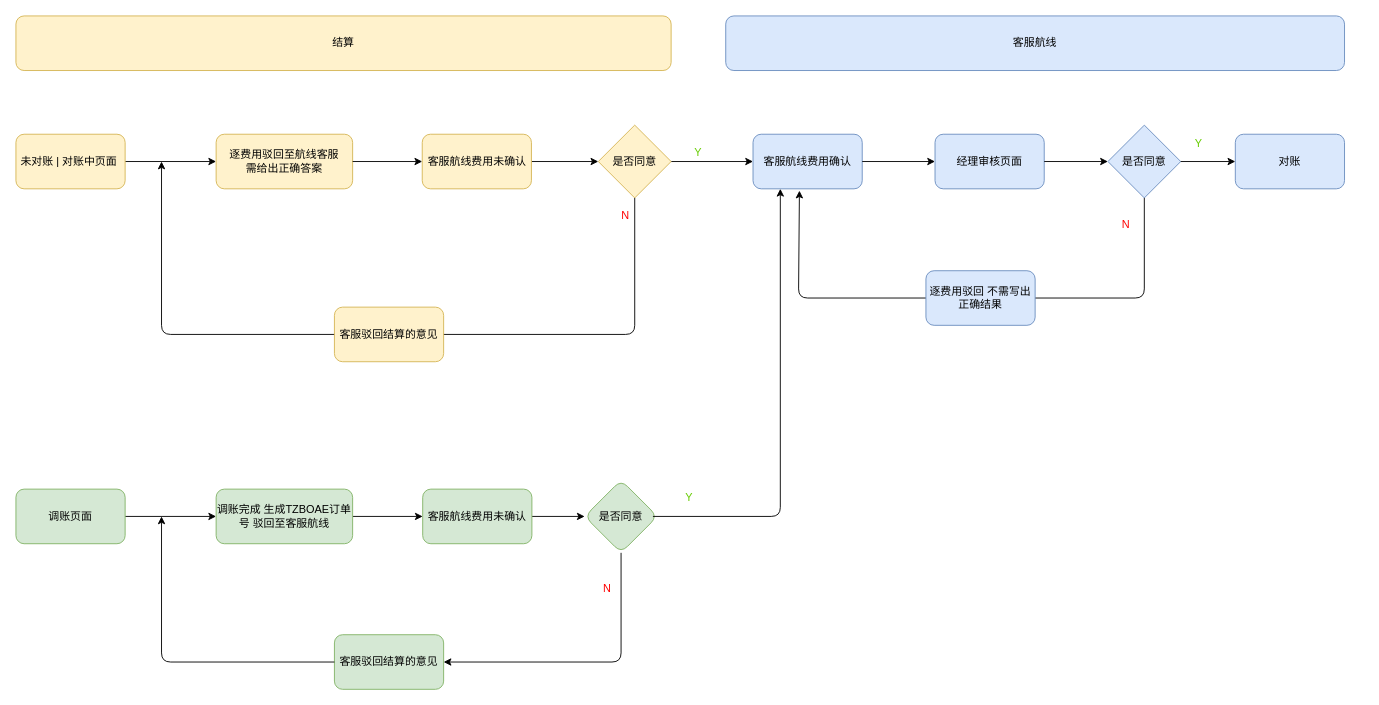
Before: 新版流程图.drawio in DiggingSteve/Flow, a draw.io diagram. Source tidied: cells renumbered, new cells numbered last; positions are measured from the earlier drawing's top-left corner, leaving out a move shared by most shapes. Both pictures are drawn from the tidied source at 91%, with x=0, y=0 at pixel (15, 15).
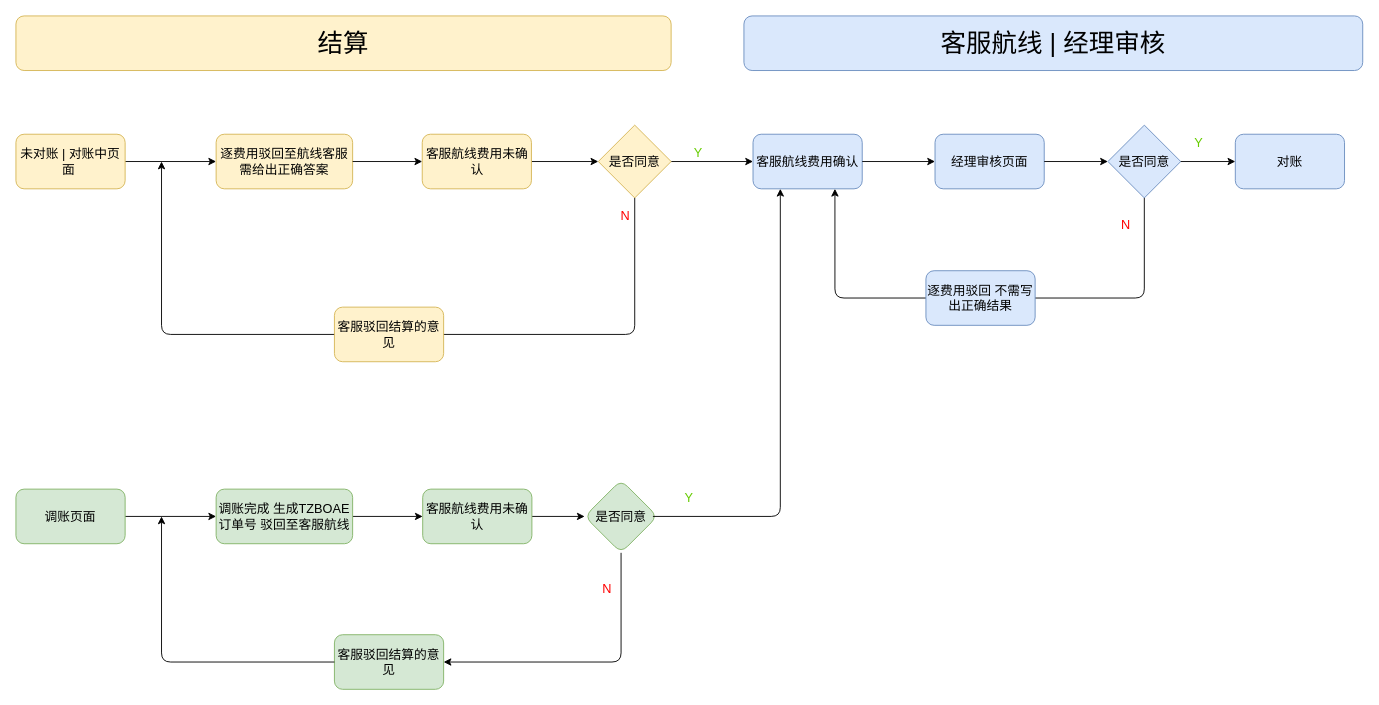
The same page after the edit.

Commit message:
更新新版流程图.drawio

Change to the diagram source:
```diff
@@
-    <mxCell id="2" value="客服航线" style="rounded=1;whiteSpace=wrap;html=1;fillColor=#dae8fc;strokeColor=#6c8ebf;" parent="1" vertex="1">
-      <mxGeometry x="780" width="680" height="60" as="geometry" />
+    <mxCell id="2" value="&lt;font style=&quot;font-size: 28px&quot;&gt;客服航线 | 经理审核&lt;/font&gt;" style="rounded=1;whiteSpace=wrap;html=1;fillColor=#dae8fc;strokeColor=#6c8ebf;fontSize=14;" parent="1" vertex="1">
+      <mxGeometry x="800" width="680" height="60" as="geometry" />
     </mxCell>
-    <mxCell id="3" value="经理审核页面" style="rounded=1;whiteSpace=wrap;html=1;fillColor=#dae8fc;strokeColor=#6c8ebf;" parent="1" vertex="1">
+    <mxCell id="3" value="经理审核页面" style="rounded=1;whiteSpace=wrap;html=1;fillColor=#dae8fc;strokeColor=#6c8ebf;fontSize=14;" parent="1" vertex="1">
       <mxGeometry x="1010" y="130" width="120" height="60" as="geometry" />
     </mxCell>
-    <mxCell id="4" value="对账" style="rounded=1;whiteSpace=wrap;html=1;fillColor=#dae8fc;strokeColor=#6c8ebf;" parent="1" vertex="1">
+    <mxCell id="4" value="对账" style="rounded=1;whiteSpace=wrap;html=1;fillColor=#dae8fc;strokeColor=#6c8ebf;fontSize=14;" parent="1" vertex="1">
       <mxGeometry x="1340" y="130" width="120" height="60" as="geometry" />
     </mxCell>
-    <mxCell id="5" value="是否同意" style="rhombus;whiteSpace=wrap;html=1;fillColor=#dae8fc;strokeColor=#6c8ebf;" parent="1" vertex="1">
+    <mxCell id="5" value="是否同意" style="rhombus;whiteSpace=wrap;html=1;fillColor=#dae8fc;strokeColor=#6c8ebf;fontSize=14;" parent="1" vertex="1">
       <mxGeometry x="1200" y="120" width="80" height="80" as="geometry" />
     </mxCell>
-    <mxCell id="6" value="客服航线费用确认" style="rounded=1;whiteSpace=wrap;html=1;fillColor=#dae8fc;strokeColor=#6c8ebf;" parent="1" vertex="1">
+    <mxCell id="6" value="客服航线费用确认" style="rounded=1;whiteSpace=wrap;html=1;fillColor=#dae8fc;strokeColor=#6c8ebf;fontSize=14;" parent="1" vertex="1">
       <mxGeometry x="810" y="130" width="120" height="60" as="geometry" />
     </mxCell>
-    <mxCell id="7" style="endArrow=classic;html=1;entryX=0;entryY=0.5;entryDx=0;entryDy=0;exitX=1;exitY=0.5;exitDx=0;exitDy=0;" parent="1" edge="1" source="6" target="3">
+    <mxCell id="7" style="endArrow=classic;html=1;entryX=0;entryY=0.5;entryDx=0;entryDy=0;exitX=1;exitY=0.5;exitDx=0;exitDy=0;fontSize=14;" parent="1" edge="1" source="6" target="3">
       <mxGeometry relative="1" as="geometry" />
     </mxCell>
-    <mxCell id="8" style="endArrow=classic;html=1;entryX=0;entryY=0.5;entryDx=0;entryDy=0;" parent="1" edge="1" target="5">
+    <mxCell id="8" style="endArrow=classic;html=1;entryX=0;entryY=0.5;entryDx=0;entryDy=0;fontSize=14;" parent="1" edge="1" target="5">
       <mxGeometry relative="1" as="geometry">
         <mxPoint x="1130" y="160" as="sourcePoint" />
       </mxGeometry>
     </mxCell>
-    <mxCell id="9" style="endArrow=classic;html=1;entryX=0;entryY=0.5;entryDx=0;entryDy=0;" parent="1" edge="1" target="4">
+    <mxCell id="9" style="endArrow=classic;html=1;entryX=0;entryY=0.5;entryDx=0;entryDy=0;fontSize=14;" parent="1" edge="1" target="4">
       <mxGeometry relative="1" as="geometry">
         <mxPoint x="1280" y="160" as="sourcePoint" />
       </mxGeometry>
     </mxCell>
-    <mxCell id="10" value="&lt;font color=&quot;#66cc00&quot;&gt;Y&lt;/font&gt;" style="text;html=1;strokeColor=none;fillColor=none;align=center;verticalAlign=middle;whiteSpace=wrap;rounded=0;" parent="1" vertex="1">
+    <mxCell id="10" value="&lt;font color=&quot;#66cc00&quot; style=&quot;font-size: 14px;&quot;&gt;Y&lt;/font&gt;" style="text;html=1;strokeColor=none;fillColor=none;align=center;verticalAlign=middle;whiteSpace=wrap;rounded=0;fontSize=14;" parent="1" vertex="1">
       <mxGeometry x="1280" y="130" width="40" height="20" as="geometry" />
     </mxCell>
-    <mxCell id="11" style="endArrow=classic;html=1;exitX=0.5;exitY=1;exitDx=0;exitDy=0;entryX=0.425;entryY=1.033;entryDx=0;entryDy=0;entryPerimeter=0;" parent="1" edge="1" source="5" target="6">
+    <mxCell id="11" style="endArrow=classic;html=1;exitX=0.5;exitY=1;exitDx=0;exitDy=0;entryX=0.75;entryY=1;entryDx=0;entryDy=0;fontSize=14;" parent="1" edge="1" source="5" target="6">
       <mxGeometry relative="1" as="geometry">
         <Array as="points">
           <mxPoint x="1240" y="310" />
-          <mxPoint x="860" y="310" />
+          <mxPoint x="900" y="310" />
         </Array>
       </mxGeometry>
     </mxCell>
-    <mxCell id="12" value="&lt;font color=&quot;#ff0000&quot;&gt;N&lt;/font&gt;" style="text;html=1;strokeColor=none;fillColor=none;align=center;verticalAlign=middle;whiteSpace=wrap;rounded=0;" parent="1" vertex="1">
+    <mxCell id="12" value="&lt;font color=&quot;#ff0000&quot; style=&quot;font-size: 14px;&quot;&gt;N&lt;/font&gt;" style="text;html=1;strokeColor=none;fillColor=none;align=center;verticalAlign=middle;whiteSpace=wrap;rounded=0;fontSize=14;" parent="1" vertex="1">
       <mxGeometry x="1200" y="220" width="40" height="20" as="geometry" />
     </mxCell>
-    <mxCell id="13" value="逐费用驳回 不需写出正确结果" style="rounded=1;whiteSpace=wrap;html=1;fillColor=#dae8fc;strokeColor=#6c8ebf;" parent="1" vertex="1">
+    <mxCell id="13" value="逐费用驳回 不需写出正确结果" style="rounded=1;whiteSpace=wrap;html=1;fillColor=#dae8fc;strokeColor=#6c8ebf;fontSize=14;" parent="1" vertex="1">
       <mxGeometry x="1000" y="280" width="120" height="60" as="geometry" />
     </mxCell>
-    <mxCell id="14" value="结算" style="rounded=1;whiteSpace=wrap;html=1;fillColor=#fff2cc;strokeColor=#d6b656;" parent="1" vertex="1">
+    <mxCell id="14" value="&lt;font style=&quot;font-size: 28px&quot;&gt;结算&lt;/font&gt;" style="rounded=1;whiteSpace=wrap;html=1;fillColor=#fff2cc;strokeColor=#d6b656;fontSize=14;" parent="1" vertex="1">
       <mxGeometry width="720" height="60" as="geometry" />
     </mxCell>
-    <mxCell id="15" style="edgeStyle=orthogonalEdgeStyle;rounded=0;jettySize=auto;html=1;" parent="1" edge="1" source="16" target="18">
+    <mxCell id="15" style="edgeStyle=orthogonalEdgeStyle;rounded=0;jettySize=auto;html=1;fontSize=14;" parent="1" edge="1" source="16" target="18">
       <mxGeometry relative="1" as="geometry" />
     </mxCell>
-    <mxCell id="16" value="未对账 | 对账中页面&amp;nbsp;" style="rounded=1;whiteSpace=wrap;html=1;fillColor=#fff2cc;strokeColor=#d6b656;" parent="1" vertex="1">
+    <mxCell id="16" value="未对账 | 对账中页面&amp;nbsp;" style="rounded=1;whiteSpace=wrap;html=1;fillColor=#fff2cc;strokeColor=#d6b656;fontSize=14;" parent="1" vertex="1">
       <mxGeometry y="130" width="120" height="60" as="geometry" />
     </mxCell>
-    <mxCell id="17" style="edgeStyle=orthogonalEdgeStyle;rounded=0;jettySize=auto;html=1;" parent="1" edge="1" source="25" target="20">
+    <mxCell id="17" style="edgeStyle=orthogonalEdgeStyle;rounded=0;jettySize=auto;html=1;fontSize=14;" parent="1" edge="1" source="25" target="20">
       <mxGeometry relative="1" as="geometry" />
     </mxCell>
-    <mxCell id="18" value="逐费用驳回至航线客服&lt;br&gt;需给出正确答案" style="rounded=1;whiteSpace=wrap;html=1;fillColor=#fff2cc;strokeColor=#d6b656;" parent="1" vertex="1">
+    <mxCell id="18" value="逐费用驳回至航线客服&lt;br style=&quot;font-size: 14px;&quot;&gt;需给出正确答案" style="rounded=1;whiteSpace=wrap;html=1;fillColor=#fff2cc;strokeColor=#d6b656;fontSize=14;" parent="1" vertex="1">
       <mxGeometry x="220" y="130" width="150" height="60" as="geometry" />
     </mxCell>
-    <mxCell id="19" style="edgeStyle=orthogonalEdgeStyle;rounded=0;jettySize=auto;html=1;entryX=0;entryY=0.5;entryDx=0;entryDy=0;" parent="1" edge="1" source="20" target="6">
+    <mxCell id="19" style="edgeStyle=orthogonalEdgeStyle;rounded=0;jettySize=auto;html=1;entryX=0;entryY=0.5;entryDx=0;entryDy=0;fontSize=14;" parent="1" edge="1" source="20" target="6">
       <mxGeometry relative="1" as="geometry" />
     </mxCell>
-    <mxCell id="20" value="是否同意" style="rhombus;whiteSpace=wrap;html=1;fillColor=#fff2cc;strokeColor=#d6b656;" parent="1" vertex="1">
+    <mxCell id="20" value="是否同意" style="rhombus;whiteSpace=wrap;html=1;fillColor=#fff2cc;strokeColor=#d6b656;fontSize=14;" parent="1" vertex="1">
       <mxGeometry x="640" y="120" width="80" height="80" as="geometry" />
     </mxCell>
-    <mxCell id="21" value="&lt;font color=&quot;#66cc00&quot;&gt;Y&lt;/font&gt;" style="text;html=1;strokeColor=none;fillColor=none;align=center;verticalAlign=middle;whiteSpace=wrap;rounded=0;" parent="1" vertex="1">
+    <mxCell id="21" value="&lt;font color=&quot;#66cc00&quot; style=&quot;font-size: 14px;&quot;&gt;Y&lt;/font&gt;" style="text;html=1;strokeColor=none;fillColor=none;align=center;verticalAlign=middle;whiteSpace=wrap;rounded=0;fontSize=14;" parent="1" vertex="1">
       <mxGeometry x="730" y="140" width="40" height="20" as="geometry" />
     </mxCell>
-    <mxCell id="22" value="&lt;font color=&quot;#ff0000&quot;&gt;N&lt;/font&gt;" style="text;html=1;strokeColor=none;fillColor=none;align=center;verticalAlign=middle;whiteSpace=wrap;rounded=0;" parent="1" vertex="1">
+    <mxCell id="22" value="&lt;font color=&quot;#ff0000&quot; style=&quot;font-size: 14px;&quot;&gt;N&lt;/font&gt;" style="text;html=1;strokeColor=none;fillColor=none;align=center;verticalAlign=middle;whiteSpace=wrap;rounded=0;fontSize=14;" parent="1" vertex="1">
       <mxGeometry x="650" y="210" width="40" height="20" as="geometry" />
     </mxCell>
-    <mxCell id="23" style="endArrow=classic;html=1;exitX=0.5;exitY=1;exitDx=0;exitDy=0;" parent="1" edge="1" source="20">
+    <mxCell id="23" style="endArrow=classic;html=1;exitX=0.5;exitY=1;exitDx=0;exitDy=0;fontSize=14;" parent="1" edge="1" source="20">
       <mxGeometry relative="1" as="geometry">
         <mxPoint x="160" y="160" as="targetPoint" />
         <Array as="points">
           <mxPoint x="680" y="350" />
           <mxPoint x="160" y="350" />
         </Array>
       </mxGeometry>
     </mxCell>
-    <mxCell id="24" value="客服驳回结算的意见" style="rounded=1;whiteSpace=wrap;html=1;fillColor=#fff2cc;strokeColor=#d6b656;" parent="1" vertex="1">
+    <mxCell id="24" value="客服驳回结算的意见" style="rounded=1;whiteSpace=wrap;html=1;fillColor=#fff2cc;strokeColor=#d6b656;fontSize=14;" parent="1" vertex="1">
       <mxGeometry x="350" y="320" width="120" height="60" as="geometry" />
     </mxCell>
-    <mxCell id="25" value="客服航线费用未确认" style="rounded=1;whiteSpace=wrap;html=1;fillColor=#fff2cc;strokeColor=#d6b656;" parent="1" vertex="1">
+    <mxCell id="25" value="客服航线费用未确认" style="rounded=1;whiteSpace=wrap;html=1;fillColor=#fff2cc;strokeColor=#d6b656;fontSize=14;" parent="1" vertex="1">
       <mxGeometry x="446.5" y="130" width="120" height="60" as="geometry" />
     </mxCell>
-    <mxCell id="26" style="edgeStyle=orthogonalEdgeStyle;rounded=0;jettySize=auto;html=1;" parent="1" edge="1" source="18" target="25">
+    <mxCell id="26" style="edgeStyle=orthogonalEdgeStyle;rounded=0;jettySize=auto;html=1;fontSize=14;" parent="1" edge="1" source="18" target="25">
       <mxGeometry relative="1" as="geometry" />
     </mxCell>
-    <mxCell id="27" style="edgeStyle=orthogonalEdgeStyle;rounded=0;jettySize=auto;html=1;" parent="1" edge="1" source="28" target="30">
+    <mxCell id="27" style="edgeStyle=orthogonalEdgeStyle;rounded=0;jettySize=auto;html=1;fontSize=14;" parent="1" edge="1" source="28" target="30">
       <mxGeometry relative="1" as="geometry" />
     </mxCell>
-    <mxCell id="28" value="调账页面" style="rounded=1;whiteSpace=wrap;html=1;fillColor=#d5e8d4;strokeColor=#82b366;" parent="1" vertex="1">
+    <mxCell id="28" value="调账页面" style="rounded=1;whiteSpace=wrap;html=1;fillColor=#d5e8d4;strokeColor=#82b366;fontSize=14;" parent="1" vertex="1">
       <mxGeometry y="520" width="120" height="60" as="geometry" />
     </mxCell>
-    <mxCell id="29" style="edgeStyle=orthogonalEdgeStyle;rounded=0;jettySize=auto;html=1;" parent="1" edge="1" source="30" target="32">
+    <mxCell id="29" style="edgeStyle=orthogonalEdgeStyle;rounded=0;jettySize=auto;html=1;fontSize=14;" parent="1" edge="1" source="30" target="32">
       <mxGeometry relative="1" as="geometry" />
     </mxCell>
-    <mxCell id="30" value="调账完成 生成TZBOAE订单号 驳回至客服航线" style="whiteSpace=wrap;html=1;rounded=1;strokeColor=#82b366;fillColor=#d5e8d4;" parent="1" vertex="1">
+    <mxCell id="30" value="调账完成 生成TZBOAE订单号 驳回至客服航线" style="whiteSpace=wrap;html=1;rounded=1;strokeColor=#82b366;fillColor=#d5e8d4;fontSize=14;" parent="1" vertex="1">
       <mxGeometry x="220" y="520" width="150" height="60" as="geometry" />
     </mxCell>
-    <mxCell id="31" style="edgeStyle=orthogonalEdgeStyle;rounded=0;jettySize=auto;html=1;" parent="1" edge="1" source="32" target="33">
+    <mxCell id="31" style="edgeStyle=orthogonalEdgeStyle;rounded=0;jettySize=auto;html=1;fontSize=14;" parent="1" edge="1" source="32" target="33">
       <mxGeometry relative="1" as="geometry" />
     </mxCell>
-    <mxCell id="32" value="&lt;span&gt;客服航线费用未确认&lt;/span&gt;" style="whiteSpace=wrap;html=1;rounded=1;strokeColor=#82b366;fillColor=#d5e8d4;" parent="1" vertex="1">
+    <mxCell id="32" value="&lt;span style=&quot;font-size: 14px;&quot;&gt;客服航线费用未确认&lt;/span&gt;" style="whiteSpace=wrap;html=1;rounded=1;strokeColor=#82b366;fillColor=#d5e8d4;fontSize=14;" parent="1" vertex="1">
       <mxGeometry x="447" y="520" width="120" height="60" as="geometry" />
     </mxCell>
-    <mxCell id="33" value="&lt;span&gt;是否同意&lt;/span&gt;" style="rhombus;whiteSpace=wrap;html=1;rounded=1;strokeColor=#82b366;fillColor=#d5e8d4;" parent="1" vertex="1">
+    <mxCell id="33" value="&lt;span style=&quot;font-size: 14px;&quot;&gt;是否同意&lt;/span&gt;" style="rhombus;whiteSpace=wrap;html=1;rounded=1;strokeColor=#82b366;fillColor=#d5e8d4;fontSize=14;" parent="1" vertex="1">
       <mxGeometry x="625" y="510" width="80" height="80" as="geometry" />
     </mxCell>
-    <mxCell id="34" style="endArrow=classic;html=1;entryX=0.25;entryY=1;entryDx=0;entryDy=0;" parent="1" edge="1" target="6">
+    <mxCell id="34" style="endArrow=classic;html=1;entryX=0.25;entryY=1;entryDx=0;entryDy=0;fontSize=14;" parent="1" edge="1" target="6">
       <mxGeometry relative="1" as="geometry">
         <mxPoint x="700" y="550" as="sourcePoint" />
         <Array as="points">
           <mxPoint x="840" y="550" />
         </Array>
       </mxGeometry>
     </mxCell>
-    <mxCell id="35" value="&lt;font color=&quot;#66cc00&quot;&gt;Y&lt;/font&gt;" style="text;html=1;strokeColor=none;fillColor=none;align=center;verticalAlign=middle;whiteSpace=wrap;rounded=0;" parent="1" vertex="1">
+    <mxCell id="35" value="&lt;font color=&quot;#66cc00&quot; style=&quot;font-size: 14px;&quot;&gt;Y&lt;/font&gt;" style="text;html=1;strokeColor=none;fillColor=none;align=center;verticalAlign=middle;whiteSpace=wrap;rounded=0;fontSize=14;" parent="1" vertex="1">
       <mxGeometry x="720" y="520" width="40" height="20" as="geometry" />
     </mxCell>
-    <mxCell id="36" value="&lt;font color=&quot;#ff0000&quot;&gt;N&lt;/font&gt;" style="text;html=1;strokeColor=none;fillColor=none;align=center;verticalAlign=middle;whiteSpace=wrap;rounded=0;" parent="1" vertex="1">
+    <mxCell id="36" value="&lt;font color=&quot;#ff0000&quot; style=&quot;font-size: 14px;&quot;&gt;N&lt;/font&gt;" style="text;html=1;strokeColor=none;fillColor=none;align=center;verticalAlign=middle;whiteSpace=wrap;rounded=0;fontSize=14;" parent="1" vertex="1">
       <mxGeometry x="630" y="620" width="40" height="20" as="geometry" />
     </mxCell>
-    <mxCell id="37" style="endArrow=classic;html=1;exitX=0.5;exitY=1;exitDx=0;exitDy=0;entryX=1;entryY=0.5;entryDx=0;entryDy=0;" parent="1" edge="1" source="33" target="38">
+    <mxCell id="37" style="endArrow=classic;html=1;exitX=0.5;exitY=1;exitDx=0;exitDy=0;entryX=1;entryY=0.5;entryDx=0;entryDy=0;fontSize=14;" parent="1" edge="1" source="33" target="38">
       <mxGeometry relative="1" as="geometry">
         <Array as="points">
           <mxPoint x="665" y="710" />
         </Array>
       </mxGeometry>
     </mxCell>
-    <mxCell id="38" value="客服驳回结算的意见" style="rounded=1;whiteSpace=wrap;html=1;fillColor=#d5e8d4;strokeColor=#82b366;" parent="1" vertex="1">
+    <mxCell id="38" value="客服驳回结算的意见" style="rounded=1;whiteSpace=wrap;html=1;fillColor=#d5e8d4;strokeColor=#82b366;fontSize=14;" parent="1" vertex="1">
       <mxGeometry x="350" y="680" width="120" height="60" as="geometry" />
     </mxCell>
-    <mxCell id="39" style="endArrow=classic;html=1;exitX=0;exitY=0.5;exitDx=0;exitDy=0;" parent="1" edge="1" source="38">
+    <mxCell id="39" style="endArrow=classic;html=1;exitX=0;exitY=0.5;exitDx=0;exitDy=0;fontSize=14;" parent="1" edge="1" source="38">
       <mxGeometry relative="1" as="geometry">
         <mxPoint x="160" y="550" as="targetPoint" />
         <Array as="points">
           <mxPoint x="160" y="710" />
         </Array>
       </mxGeometry>
     </mxCell>
```
